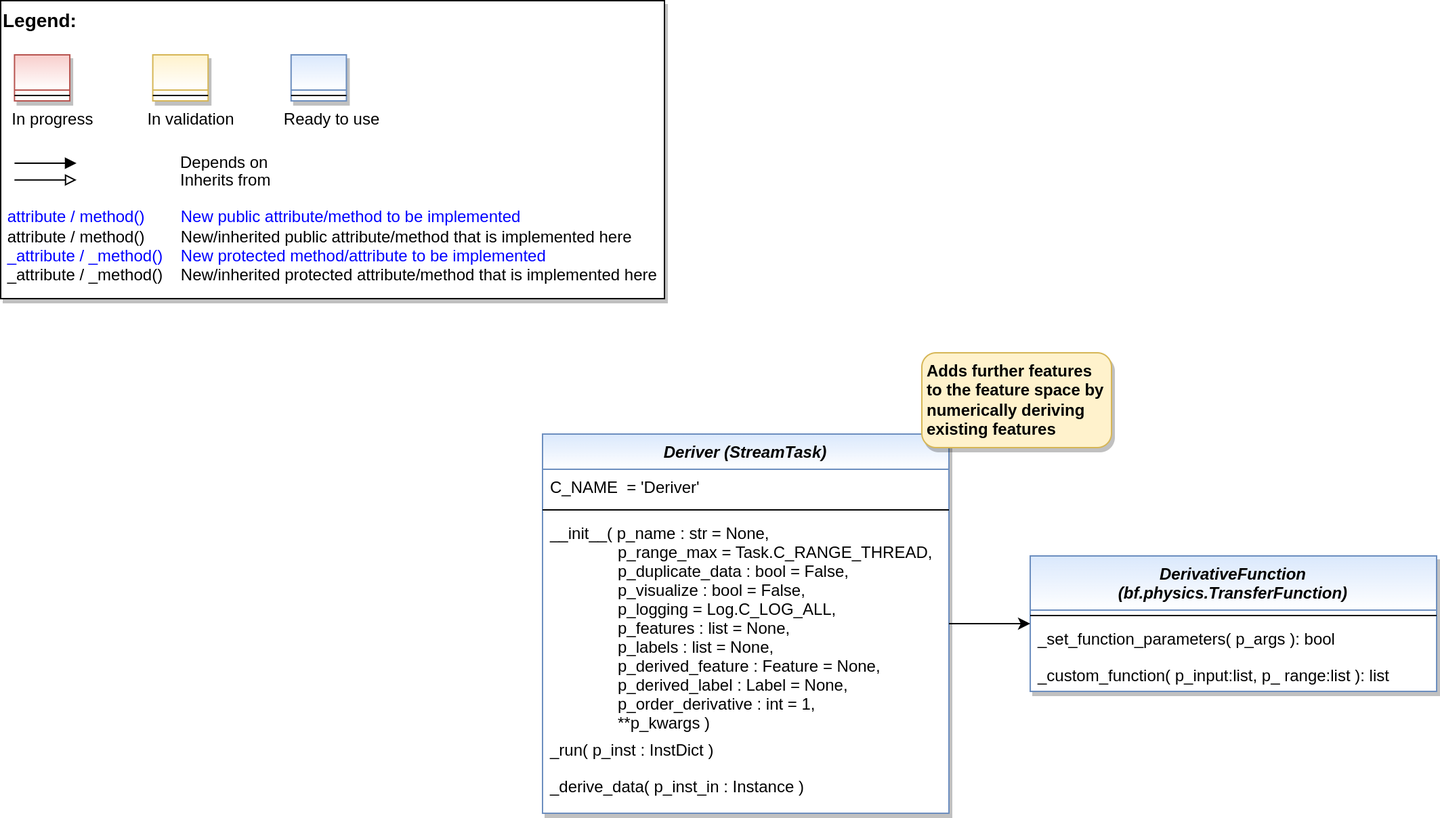
Earlier version of the draw.io export doc/rtd/content/99_appendices/appendix2/sub/pool/mlpro_bf/bf_streams/tasks/images/MLPro-BF-Streams-Tasks-Deriver_class_diagram.drawio.png (fhswf/MLPro). Source tidied: cells renumbered, new cells last; positions are measured from the earlier drawing's top-left corner, leaving out a move shared by most shapes. Its diagram source:
```xml
<mxGraphModel>
  <root>
    <mxCell id="0" />
    <mxCell id="1" parent="0" />
    <mxCell id="2" style="group;" parent="1" vertex="1">
      <mxGeometry width="490" height="220" as="geometry" />
    </mxCell>
    <mxCell id="3" value="&lt;font color=&quot;#000000&quot; size=&quot;1&quot;&gt;&lt;b style=&quot;font-size: 14px&quot;&gt;Legend:&lt;br&gt;&lt;/b&gt;&lt;/font&gt;&lt;br&gt;&lt;br&gt;&lt;br&gt;&lt;font color=&quot;#0000ff&quot; style=&quot;font-size: 6px&quot;&gt;&lt;br&gt;&lt;/font&gt;&lt;span style=&quot;color: rgb(0 , 0 , 0)&quot;&gt;&lt;font style=&quot;font-size: 4px&quot;&gt;&amp;nbsp; &amp;nbsp;&lt;/font&gt;&amp;nbsp;In progress&amp;nbsp; &amp;nbsp; &amp;nbsp; &amp;nbsp; &amp;nbsp; &amp;nbsp; In validation&amp;nbsp; &amp;nbsp; &amp;nbsp; &amp;nbsp; &amp;nbsp; &amp;nbsp;Ready to use&lt;/span&gt;&lt;font color=&quot;#000000&quot;&gt;&amp;nbsp;&lt;br&gt;&lt;/font&gt;&lt;font color=&quot;#0000ff&quot;&gt;&lt;br&gt;&lt;br&gt;&lt;br&gt;&lt;br&gt;&amp;nbsp;attribute / method()&amp;nbsp; &amp;nbsp; &amp;nbsp; &amp;nbsp; New public attribute/method to be implemented&lt;/font&gt;&lt;br&gt;&lt;font color=&quot;#000000&quot;&gt;&amp;nbsp;&lt;/font&gt;&lt;font color=&quot;#000000&quot;&gt;attribute / method()&lt;span&gt; &lt;/span&gt;&amp;nbsp; &amp;nbsp; &amp;nbsp; &amp;nbsp;New/inherited public attribute/method that is implemented here&lt;br&gt;&lt;/font&gt;&lt;font color=&quot;#0000ff&quot;&gt;&amp;nbsp;_attribute /&amp;nbsp;&lt;/font&gt;&lt;font color=&quot;#0000ff&quot;&gt;_method()&amp;nbsp; &amp;nbsp; New protected method/attribute to be implemented&lt;/font&gt;&lt;br&gt;&lt;font color=&quot;#000000&quot;&gt;&amp;nbsp;_attribute / _method()&amp;nbsp; &amp;nbsp; New/inherited protected attribute/method that is implemented here&lt;br&gt;&lt;/font&gt;&lt;font color=&quot;#000000&quot;&gt;&lt;br&gt;&lt;br&gt;&lt;br&gt;&lt;br&gt;&lt;br&gt;&lt;/font&gt;" style="text;html=1;align=left;verticalAlign=top;whiteSpace=wrap;rounded=0;fontColor=#006600;strokeColor=#000000;shadow=1;fillColor=#ffffff;" parent="2" vertex="1">
      <mxGeometry width="490" height="220" as="geometry" />
    </mxCell>
    <mxCell id="4" value="Depends on" style="endArrow=block;html=1;labelPosition=right;verticalLabelPosition=middle;align=left;verticalAlign=middle;endFill=1;fontSize=12;" parent="2" edge="1">
      <mxGeometry x="-1623.1" y="-2180" as="geometry">
        <mxPoint x="10.2" y="120" as="sourcePoint" />
        <mxPoint x="56" y="120" as="targetPoint" />
        <Array as="points">
          <mxPoint x="30.6" y="120" />
        </Array>
        <mxPoint x="98" as="offset" />
      </mxGeometry>
    </mxCell>
    <mxCell id="5" value="Inherits from" style="endArrow=block;html=1;labelPosition=right;verticalLabelPosition=middle;align=left;verticalAlign=middle;endFill=0;fontSize=12;" parent="2" edge="1">
      <mxGeometry x="-1623.1" y="-2180" as="geometry">
        <mxPoint x="10.2" y="132.4" as="sourcePoint" />
        <mxPoint x="56" y="132.4" as="targetPoint" />
        <mxPoint x="98" y="1" as="offset" />
      </mxGeometry>
    </mxCell>
    <mxCell id="6" style="swimlane;fontStyle=3;align=center;verticalAlign=top;horizontal=1;startSize=26;rounded=0;shadow=1;strokeWidth=1;fillColor=#f8cecc;strokeColor=#b85450;gradientColor=#ffffff;swimlaneFillColor=#ffffff;" parent="2" vertex="1">
      <mxGeometry x="10.2" y="40" width="40.8" height="34" as="geometry" />
    </mxCell>
    <mxCell id="7" style="line;html=1;strokeWidth=1;align=left;verticalAlign=middle;spacingTop=-1;spacingLeft=3;spacingRight=3;labelPosition=right;" parent="6" vertex="1">
      <mxGeometry y="26" width="40.8" height="8" as="geometry" />
    </mxCell>
    <mxCell id="8" style="swimlane;fontStyle=3;align=center;verticalAlign=top;horizontal=1;startSize=26;rounded=0;shadow=1;strokeWidth=1;fillColor=#fff2cc;strokeColor=#d6b656;gradientColor=#ffffff;swimlaneFillColor=#ffffff;" parent="2" vertex="1">
      <mxGeometry x="112.3" y="40" width="40.8" height="34" as="geometry" />
    </mxCell>
    <mxCell id="9" style="line;html=1;strokeWidth=1;align=left;verticalAlign=middle;spacingTop=-1;spacingLeft=3;spacingRight=3;labelPosition=right;" parent="8" vertex="1">
      <mxGeometry y="26" width="40.8" height="8" as="geometry" />
    </mxCell>
    <mxCell id="10" style="swimlane;fontStyle=3;align=center;verticalAlign=top;horizontal=1;startSize=26;rounded=0;shadow=1;strokeWidth=1;fillColor=#dae8fc;strokeColor=#6c8ebf;gradientColor=#ffffff;swimlaneFillColor=#ffffff;" parent="2" vertex="1">
      <mxGeometry x="214.4" y="40" width="40.8" height="34" as="geometry" />
    </mxCell>
    <mxCell id="11" style="line;html=1;strokeWidth=1;align=left;verticalAlign=middle;spacingTop=-1;spacingLeft=3;spacingRight=3;labelPosition=right;" parent="10" vertex="1">
      <mxGeometry y="26" width="40.8" height="8" as="geometry" />
    </mxCell>
    <mxCell id="12" value="Deriver (StreamTask)" style="swimlane;fontStyle=3;align=center;verticalAlign=top;horizontal=1;startSize=26;rounded=0;shadow=1;strokeWidth=1;swimlaneFillColor=#ffffff;fillColor=#dae8fc;strokeColor=#6c8ebf;gradientColor=#FFFFFF;" parent="1" vertex="1">
      <mxGeometry x="400" y="320" width="300" height="280" as="geometry" />
    </mxCell>
    <mxCell id="13" value="C_NAME  = 'Deriver'" style="text;align=left;verticalAlign=top;spacingLeft=4;spacingRight=4;overflow=hidden;" parent="12" vertex="1">
      <mxGeometry y="26" width="300" height="26" as="geometry" />
    </mxCell>
    <mxCell id="14" style="line;html=1;strokeWidth=1;align=left;verticalAlign=middle;spacingTop=-1;spacingLeft=3;spacingRight=3;labelPosition=right;" parent="12" vertex="1">
      <mxGeometry y="52" width="300" height="8" as="geometry" />
    </mxCell>
    <mxCell id="15" value="__init__( p_name : str = None,&#10;               p_range_max = Task.C_RANGE_THREAD,&#10;               p_duplicate_data : bool = False,               &#10;               p_visualize : bool = False,&#10;               p_logging = Log.C_LOG_ALL,&#10;               p_features : list = None,&#10;               p_labels : list = None,&#10;               p_derived_feature : Feature = None,&#10;               p_derived_label : Label = None,&#10;               p_order_derivative : int = 1,&#10;               **p_kwargs )" style="text;align=left;verticalAlign=top;spacingLeft=4;spacingRight=4;overflow=hidden;points=[[0,0.5],[1,0.5]];portConstraint=eastwest;fontColor=#000000;" parent="12" vertex="1">
      <mxGeometry y="60" width="300" height="160" as="geometry" />
    </mxCell>
    <mxCell id="16" value="_run( p_inst : InstDict )" style="text;align=left;verticalAlign=top;spacingLeft=4;spacingRight=4;overflow=hidden;fontColor=default;" parent="12" vertex="1">
      <mxGeometry y="220" width="300" height="27" as="geometry" />
    </mxCell>
    <mxCell id="17" value="_derive_data( p_inst_in : Instance )" style="text;align=left;verticalAlign=top;spacingLeft=4;spacingRight=4;overflow=hidden;fontColor=#000000;" parent="12" vertex="1">
      <mxGeometry y="247" width="300" height="23" as="geometry" />
    </mxCell>
    <mxCell id="18" value="&lt;b&gt;Adds further features to the feature space by numerically deriving existing features&lt;/b&gt;" style="rounded=1;whiteSpace=wrap;html=1;align=left;spacingLeft=2;verticalAlign=middle;fillColor=#fff2cc;strokeColor=#d6b656;gradientColor=none;shadow=1;" parent="1" vertex="1">
      <mxGeometry x="680" y="260" width="140" height="70" as="geometry" />
    </mxCell>
    <mxCell id="19" value="DerivativeFunction&#10;(bf.physics.TransferFunction)" style="swimlane;fontStyle=3;align=center;verticalAlign=top;horizontal=1;startSize=40;rounded=0;shadow=1;strokeWidth=1;swimlaneFillColor=#ffffff;fillColor=#dae8fc;strokeColor=#6c8ebf;gradientColor=#FFFFFF;" parent="1" vertex="1">
      <mxGeometry x="760" y="410" width="300" height="100" as="geometry" />
    </mxCell>
    <mxCell id="20" style="line;html=1;strokeWidth=1;align=left;verticalAlign=middle;spacingTop=-1;spacingLeft=3;spacingRight=3;labelPosition=right;" parent="19" vertex="1">
      <mxGeometry y="40" width="300" height="8" as="geometry" />
    </mxCell>
    <mxCell id="21" value="_set_function_parameters( p_args ): bool" style="text;align=left;verticalAlign=top;spacingLeft=4;spacingRight=4;overflow=hidden;fontColor=#000000;" parent="19" vertex="1">
      <mxGeometry y="48" width="300" height="27" as="geometry" />
    </mxCell>
    <mxCell id="22" value="_custom_function( p_input:list, p_ range:list ): list" style="text;align=left;verticalAlign=top;spacingLeft=4;spacingRight=4;overflow=hidden;fontColor=#000000;" parent="19" vertex="1">
      <mxGeometry y="75" width="300" height="23" as="geometry" />
    </mxCell>
    <mxCell id="23" style="edgeStyle=orthogonalEdgeStyle;rounded=0;jettySize=auto;html=1;exitX=1;exitY=0.5;exitDx=0;exitDy=0;entryX=0;entryY=0.5;entryDx=0;entryDy=0;fontColor=#000000;" parent="1" edge="1" source="15" target="19">
      <mxGeometry relative="1" as="geometry" />
    </mxCell>
  </root>
</mxGraphModel>
```
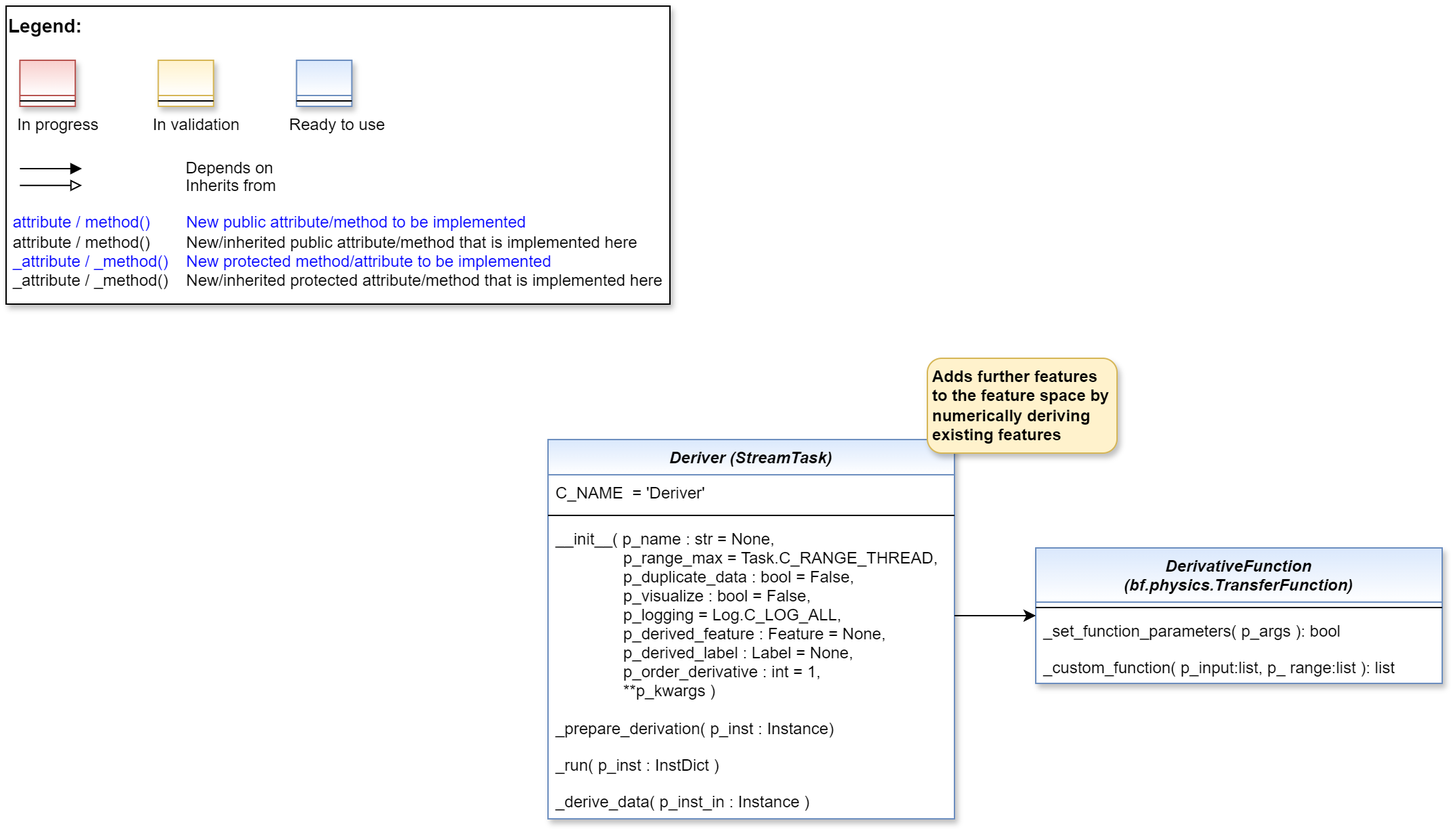
Later version of the same file.

The edit, as a diff of the source:
```diff
@@ -1,8 +1,8 @@
 <mxGraphModel>
   <root>
-    <mxCell id="0" />
-    <mxCell id="1" parent="0" />
+    <mxCell id="24" />
+    <mxCell id="25" parent="24" />
-    <mxCell id="2" style="group;" parent="1" vertex="1">
+    <mxCell id="2" style="group;" parent="25" vertex="1">
       <mxGeometry width="490" height="220" as="geometry" />
     </mxCell>
     <mxCell id="3" value="&lt;font color=&quot;#000000&quot; size=&quot;1&quot;&gt;&lt;b style=&quot;font-size: 14px&quot;&gt;Legend:&lt;br&gt;&lt;/b&gt;&lt;/font&gt;&lt;br&gt;&lt;br&gt;&lt;br&gt;&lt;font color=&quot;#0000ff&quot; style=&quot;font-size: 6px&quot;&gt;&lt;br&gt;&lt;/font&gt;&lt;span style=&quot;color: rgb(0 , 0 , 0)&quot;&gt;&lt;font style=&quot;font-size: 4px&quot;&gt;&amp;nbsp; &amp;nbsp;&lt;/font&gt;&amp;nbsp;In progress&amp;nbsp; &amp;nbsp; &amp;nbsp; &amp;nbsp; &amp;nbsp; &amp;nbsp; In validation&amp;nbsp; &amp;nbsp; &amp;nbsp; &amp;nbsp; &amp;nbsp; &amp;nbsp;Ready to use&lt;/span&gt;&lt;font color=&quot;#000000&quot;&gt;&amp;nbsp;&lt;br&gt;&lt;/font&gt;&lt;font color=&quot;#0000ff&quot;&gt;&lt;br&gt;&lt;br&gt;&lt;br&gt;&lt;br&gt;&amp;nbsp;attribute / method()&amp;nbsp; &amp;nbsp; &amp;nbsp; &amp;nbsp; New public attribute/method to be implemented&lt;/font&gt;&lt;br&gt;&lt;font color=&quot;#000000&quot;&gt;&amp;nbsp;&lt;/font&gt;&lt;font color=&quot;#000000&quot;&gt;attribute / method()&lt;span&gt; &lt;/span&gt;&amp;nbsp; &amp;nbsp; &amp;nbsp; &amp;nbsp;New/inherited public attribute/method that is implemented here&lt;br&gt;&lt;/font&gt;&lt;font color=&quot;#0000ff&quot;&gt;&amp;nbsp;_attribute /&amp;nbsp;&lt;/font&gt;&lt;font color=&quot;#0000ff&quot;&gt;_method()&amp;nbsp; &amp;nbsp; New protected method/attribute to be implemented&lt;/font&gt;&lt;br&gt;&lt;font color=&quot;#000000&quot;&gt;&amp;nbsp;_attribute / _method()&amp;nbsp; &amp;nbsp; New/inherited protected attribute/method that is implemented here&lt;br&gt;&lt;/font&gt;&lt;font color=&quot;#000000&quot;&gt;&lt;br&gt;&lt;br&gt;&lt;br&gt;&lt;br&gt;&lt;br&gt;&lt;/font&gt;" style="text;html=1;align=left;verticalAlign=top;whiteSpace=wrap;rounded=0;fontColor=#006600;strokeColor=#000000;shadow=1;fillColor=#ffffff;" parent="2" vertex="1">
@@ -28,22 +28,22 @@
     <mxCell id="6" style="swimlane;fontStyle=3;align=center;verticalAlign=top;horizontal=1;startSize=26;rounded=0;shadow=1;strokeWidth=1;fillColor=#f8cecc;strokeColor=#b85450;gradientColor=#ffffff;swimlaneFillColor=#ffffff;" parent="2" vertex="1">
       <mxGeometry x="10.2" y="40" width="40.8" height="34" as="geometry" />
     </mxCell>
-    <mxCell id="7" style="line;html=1;strokeWidth=1;align=left;verticalAlign=middle;spacingTop=-1;spacingLeft=3;spacingRight=3;labelPosition=right;" parent="6" vertex="1">
-      <mxGeometry y="26" width="40.8" height="8" as="geometry" />
-    </mxCell>
+    <mxCell id="26" style="line;html=1;strokeWidth=1;align=left;verticalAlign=middle;spacingTop=-1;spacingLeft=3;spacingRight=3;labelPosition=right;" parent="6" vertex="1">
+      <mxGeometry y="26" width="40.8" height="8" as="geometry" />
+    </mxCell>
     <mxCell id="8" style="swimlane;fontStyle=3;align=center;verticalAlign=top;horizontal=1;startSize=26;rounded=0;shadow=1;strokeWidth=1;fillColor=#fff2cc;strokeColor=#d6b656;gradientColor=#ffffff;swimlaneFillColor=#ffffff;" parent="2" vertex="1">
       <mxGeometry x="112.3" y="40" width="40.8" height="34" as="geometry" />
     </mxCell>
-    <mxCell id="9" style="line;html=1;strokeWidth=1;align=left;verticalAlign=middle;spacingTop=-1;spacingLeft=3;spacingRight=3;labelPosition=right;" parent="8" vertex="1">
-      <mxGeometry y="26" width="40.8" height="8" as="geometry" />
-    </mxCell>
+    <mxCell id="27" style="line;html=1;strokeWidth=1;align=left;verticalAlign=middle;spacingTop=-1;spacingLeft=3;spacingRight=3;labelPosition=right;" parent="8" vertex="1">
+      <mxGeometry y="26" width="40.8" height="8" as="geometry" />
+    </mxCell>
     <mxCell id="10" style="swimlane;fontStyle=3;align=center;verticalAlign=top;horizontal=1;startSize=26;rounded=0;shadow=1;strokeWidth=1;fillColor=#dae8fc;strokeColor=#6c8ebf;gradientColor=#ffffff;swimlaneFillColor=#ffffff;" parent="2" vertex="1">
       <mxGeometry x="214.4" y="40" width="40.8" height="34" as="geometry" />
     </mxCell>
-    <mxCell id="11" style="line;html=1;strokeWidth=1;align=left;verticalAlign=middle;spacingTop=-1;spacingLeft=3;spacingRight=3;labelPosition=right;" parent="10" vertex="1">
-      <mxGeometry y="26" width="40.8" height="8" as="geometry" />
-    </mxCell>
+    <mxCell id="28" style="line;html=1;strokeWidth=1;align=left;verticalAlign=middle;spacingTop=-1;spacingLeft=3;spacingRight=3;labelPosition=right;" parent="10" vertex="1">
+      <mxGeometry y="26" width="40.8" height="8" as="geometry" />
+    </mxCell>
-    <mxCell id="12" value="Deriver (StreamTask)" style="swimlane;fontStyle=3;align=center;verticalAlign=top;horizontal=1;startSize=26;rounded=0;shadow=1;strokeWidth=1;swimlaneFillColor=#ffffff;fillColor=#dae8fc;strokeColor=#6c8ebf;gradientColor=#FFFFFF;" parent="1" vertex="1">
+    <mxCell id="12" value="Deriver (StreamTask)" style="swimlane;fontStyle=3;align=center;verticalAlign=top;horizontal=1;startSize=26;rounded=0;shadow=1;strokeWidth=1;swimlaneFillColor=#ffffff;fillColor=#dae8fc;strokeColor=#6c8ebf;gradientColor=#FFFFFF;" parent="25" vertex="1">
       <mxGeometry x="400" y="320" width="300" height="280" as="geometry" />
     </mxCell>
     <mxCell id="13" value="C_NAME  = 'Deriver'" style="text;align=left;verticalAlign=top;spacingLeft=4;spacingRight=4;overflow=hidden;" parent="12" vertex="1">
@@ -52,20 +52,23 @@
     <mxCell id="14" style="line;html=1;strokeWidth=1;align=left;verticalAlign=middle;spacingTop=-1;spacingLeft=3;spacingRight=3;labelPosition=right;" parent="12" vertex="1">
       <mxGeometry y="52" width="300" height="8" as="geometry" />
     </mxCell>
-    <mxCell id="15" value="__init__( p_name : str = None,&#10;               p_range_max = Task.C_RANGE_THREAD,&#10;               p_duplicate_data : bool = False,               &#10;               p_visualize : bool = False,&#10;               p_logging = Log.C_LOG_ALL,&#10;               p_features : list = None,&#10;               p_labels : list = None,&#10;               p_derived_feature : Feature = None,&#10;               p_derived_label : Label = None,&#10;               p_order_derivative : int = 1,&#10;               **p_kwargs )" style="text;align=left;verticalAlign=top;spacingLeft=4;spacingRight=4;overflow=hidden;points=[[0,0.5],[1,0.5]];portConstraint=eastwest;fontColor=#000000;" parent="12" vertex="1">
-      <mxGeometry y="60" width="300" height="160" as="geometry" />
-    </mxCell>
+    <mxCell id="29" value="__init__( p_name : str = None,&#10;               p_range_max = Task.C_RANGE_THREAD,&#10;               p_duplicate_data : bool = False,               &#10;               p_visualize : bool = False,&#10;               p_logging = Log.C_LOG_ALL,&#10;               p_derived_feature : Feature = None,&#10;               p_derived_label : Label = None,&#10;               p_order_derivative : int = 1,&#10;               **p_kwargs )" style="text;align=left;verticalAlign=top;spacingLeft=4;spacingRight=4;overflow=hidden;points=[[0,0.5],[1,0.5]];portConstraint=eastwest;fontColor=#000000;" parent="12" vertex="1">
+      <mxGeometry y="60" width="300" height="140" as="geometry" />
+    </mxCell>
+    <mxCell id="30" value="_prepare_derivation( p_inst : Instance)" style="text;align=left;verticalAlign=top;spacingLeft=4;spacingRight=4;overflow=hidden;fontColor=default;" parent="12" vertex="1">
+      <mxGeometry y="200" width="300" height="27" as="geometry" />
+    </mxCell>
     <mxCell id="16" value="_run( p_inst : InstDict )" style="text;align=left;verticalAlign=top;spacingLeft=4;spacingRight=4;overflow=hidden;fontColor=default;" parent="12" vertex="1">
-      <mxGeometry y="220" width="300" height="27" as="geometry" />
+      <mxGeometry y="227" width="300" height="27" as="geometry" />
     </mxCell>
     <mxCell id="17" value="_derive_data( p_inst_in : Instance )" style="text;align=left;verticalAlign=top;spacingLeft=4;spacingRight=4;overflow=hidden;fontColor=#000000;" parent="12" vertex="1">
-      <mxGeometry y="247" width="300" height="23" as="geometry" />
+      <mxGeometry y="254" width="300" height="23" as="geometry" />
     </mxCell>
-    <mxCell id="18" value="&lt;b&gt;Adds further features to the feature space by numerically deriving existing features&lt;/b&gt;" style="rounded=1;whiteSpace=wrap;html=1;align=left;spacingLeft=2;verticalAlign=middle;fillColor=#fff2cc;strokeColor=#d6b656;gradientColor=none;shadow=1;" parent="1" vertex="1">
+    <mxCell id="18" value="&lt;b&gt;Adds further features to the feature space by numerically deriving existing features&lt;/b&gt;" style="rounded=1;whiteSpace=wrap;html=1;align=left;spacingLeft=2;verticalAlign=middle;fillColor=#fff2cc;strokeColor=#d6b656;gradientColor=none;shadow=1;" parent="25" vertex="1">
       <mxGeometry x="680" y="260" width="140" height="70" as="geometry" />
     </mxCell>
-    <mxCell id="19" value="DerivativeFunction&#10;(bf.physics.TransferFunction)" style="swimlane;fontStyle=3;align=center;verticalAlign=top;horizontal=1;startSize=40;rounded=0;shadow=1;strokeWidth=1;swimlaneFillColor=#ffffff;fillColor=#dae8fc;strokeColor=#6c8ebf;gradientColor=#FFFFFF;" parent="1" vertex="1">
-      <mxGeometry x="760" y="410" width="300" height="100" as="geometry" />
+    <mxCell id="19" value="DerivativeFunction&#10;(bf.physics.TransferFunction)" style="swimlane;fontStyle=3;align=center;verticalAlign=top;horizontal=1;startSize=40;rounded=0;shadow=1;strokeWidth=1;swimlaneFillColor=#ffffff;fillColor=#dae8fc;strokeColor=#6c8ebf;gradientColor=#FFFFFF;" parent="25" vertex="1">
+      <mxGeometry x="760" y="400" width="300" height="100" as="geometry" />
     </mxCell>
     <mxCell id="20" style="line;html=1;strokeWidth=1;align=left;verticalAlign=middle;spacingTop=-1;spacingLeft=3;spacingRight=3;labelPosition=right;" parent="19" vertex="1">
       <mxGeometry y="40" width="300" height="8" as="geometry" />
@@ -76,8 +79,8 @@
     <mxCell id="22" value="_custom_function( p_input:list, p_ range:list ): list" style="text;align=left;verticalAlign=top;spacingLeft=4;spacingRight=4;overflow=hidden;fontColor=#000000;" parent="19" vertex="1">
       <mxGeometry y="75" width="300" height="23" as="geometry" />
     </mxCell>
-    <mxCell id="23" style="edgeStyle=orthogonalEdgeStyle;rounded=0;jettySize=auto;html=1;exitX=1;exitY=0.5;exitDx=0;exitDy=0;entryX=0;entryY=0.5;entryDx=0;entryDy=0;fontColor=#000000;" parent="1" edge="1" source="15" target="19">
-      <mxGeometry relative="1" as="geometry" />
-    </mxCell>
+    <mxCell id="31" style="edgeStyle=orthogonalEdgeStyle;rounded=0;jettySize=auto;html=1;exitX=1;exitY=0.5;exitDx=0;exitDy=0;entryX=0;entryY=0.5;entryDx=0;entryDy=0;fontColor=#000000;" parent="25" edge="1" source="29" target="19">
+      <mxGeometry relative="1" as="geometry" />
+    </mxCell>
   </root>
 </mxGraphModel>
```
